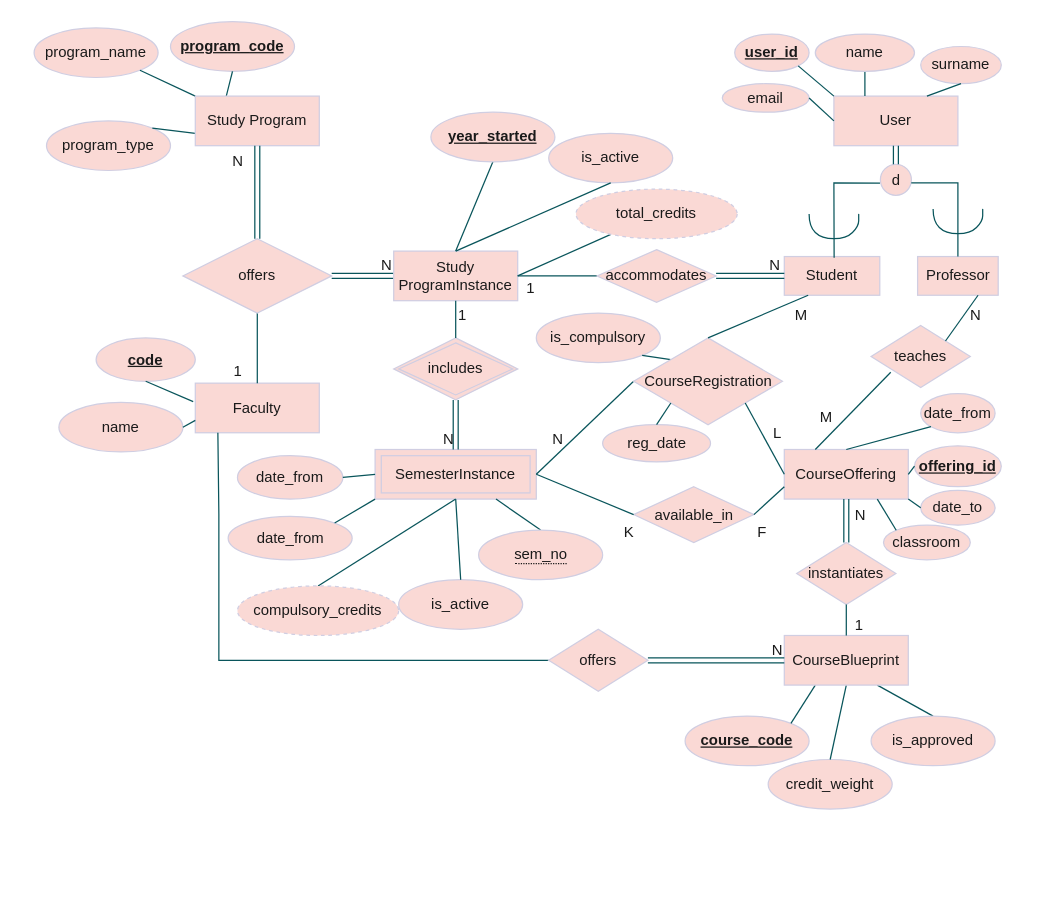
This is DBschema.drawio from dmitru4ok/course-management, a draw.io file, before an edit. Source tidied: cells renumbered, new cells numbered last; positions are measured from the earlier drawing's top-left corner, leaving out a move shared by most shapes. Both pictures are drawn from the tidied source at 124%, with x=0, y=0 at pixel (33, 21).
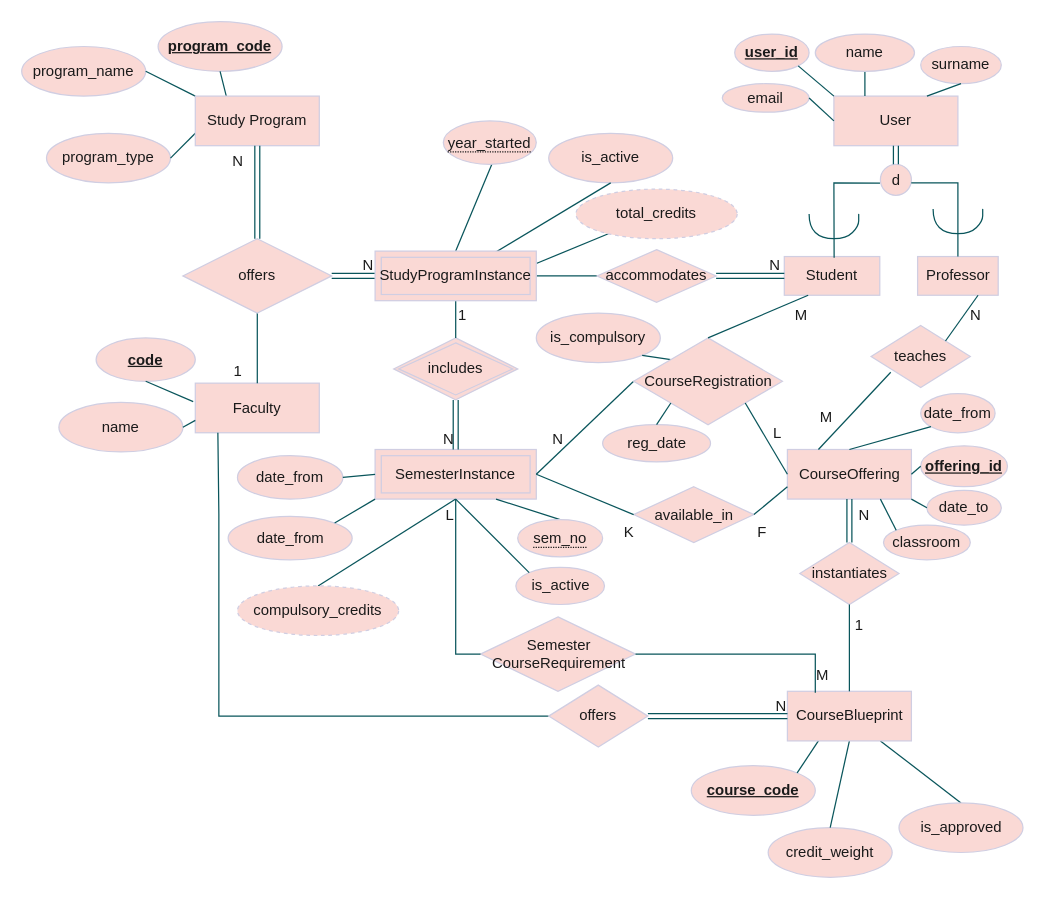
After the change.

Commit message:
Solve Study program coumpulsory courses problem

The change refers to these unchanged cells:
```xml
<mxCell id="2" value="Faculty" style="whiteSpace=wrap;html=1;align=center;labelBackgroundColor=none;fillColor=#FAD9D5;strokeColor=#D0CEE2;fontColor=#1A1A1A;" parent="1" vertex="1">
  <mxGeometry x="130" y="291.5" width="100" height="40" as="geometry" />
</mxCell>
<mxCell id="10" value="offers" style="shape=rhombus;perimeter=rhombusPerimeter;whiteSpace=wrap;html=1;align=center;labelBackgroundColor=none;fillColor=#FAD9D5;strokeColor=#D0CEE2;fontColor=#1A1A1A;" parent="1" vertex="1">
  <mxGeometry x="120" y="175" width="120" height="60" as="geometry" />
</mxCell>
<mxCell id="11" value="SemesterInstance" style="shape=ext;margin=3;double=1;whiteSpace=wrap;html=1;align=center;labelBackgroundColor=none;fillColor=#FAD9D5;strokeColor=#D0CEE2;fontColor=#1A1A1A;" parent="1" vertex="1">
  <mxGeometry x="275" y="345" width="130" height="40" as="geometry" />
</mxCell>
<mxCell id="12" value="includes" style="shape=rhombus;double=1;perimeter=rhombusPerimeter;whiteSpace=wrap;html=1;align=center;labelBackgroundColor=none;fillColor=#FAD9D5;strokeColor=#D0CEE2;fontColor=#1A1A1A;" parent="1" vertex="1">
  <mxGeometry x="290" y="255" width="100" height="50" as="geometry" />
</mxCell>
<mxCell id="30" value="total_credits" style="ellipse;whiteSpace=wrap;html=1;align=center;dashed=1;labelBackgroundColor=none;fillColor=#FAD9D5;strokeColor=#D0CEE2;fontColor=#1A1A1A;" parent="1" vertex="1">
  <mxGeometry x="437" y="135" width="130" height="40" as="geometry" />
</mxCell>
<mxCell id="41" value="accommodates" style="shape=rhombus;perimeter=rhombusPerimeter;whiteSpace=wrap;html=1;align=center;labelBackgroundColor=none;fillColor=#FAD9D5;strokeColor=#D0CEE2;fontColor=#1A1A1A;" parent="1" vertex="1">
  <mxGeometry x="454" y="183.8" width="96" height="42.5" as="geometry" />
</mxCell>
<mxCell id="44" value="is_active" style="ellipse;whiteSpace=wrap;html=1;align=center;labelBackgroundColor=none;fillColor=#FAD9D5;strokeColor=#D0CEE2;fontColor=#1A1A1A;" parent="1" vertex="1">
  <mxGeometry x="415" y="90" width="100" height="40" as="geometry" />
</mxCell>
<mxCell id="109" value="Study Program" style="whiteSpace=wrap;html=1;align=center;labelBackgroundColor=none;fillColor=#FAD9D5;strokeColor=#D0CEE2;fontColor=#1A1A1A;" parent="1" vertex="1">
  <mxGeometry x="130" y="60" width="100" height="40" as="geometry" />
</mxCell>
```

Diff of the diagram source:
```diff
@@
-    <mxCell id="5" style="shape=link;html=1;rounded=0;exitX=1;exitY=0.5;exitDx=0;exitDy=0;entryX=0;entryY=0.5;entryDx=0;entryDy=0;labelBackgroundColor=none;fontColor=default;strokeColor=#09555B;" parent="1" edge="1" source="10" target="9">
+    <mxCell id="5" style="shape=link;html=1;rounded=0;exitX=1;exitY=0.5;exitDx=0;exitDy=0;entryX=0;entryY=0.5;entryDx=0;entryDy=0;labelBackgroundColor=none;fontColor=default;strokeColor=#09555B;" parent="1" edge="1" source="10" target="112">
       <mxGeometry relative="1" as="geometry" />
     </mxCell>
@@
-    <mxCell id="9" value="Study ProgramInstance" style="whiteSpace=wrap;html=1;align=center;labelBackgroundColor=none;fillColor=#FAD9D5;strokeColor=#D0CEE2;fontColor=#1A1A1A;" parent="1" vertex="1">
-      <mxGeometry x="290" y="185" width="100" height="40" as="geometry" />
-    </mxCell>
@@
-    <mxCell id="13" style="endArrow=none;html=1;rounded=0;exitX=0.5;exitY=1;exitDx=0;exitDy=0;entryX=0.5;entryY=0;entryDx=0;entryDy=0;labelBackgroundColor=none;fontColor=default;strokeColor=#09555B;" parent="1" edge="1" source="9" target="12">
+    <mxCell id="13" style="endArrow=none;html=1;rounded=0;exitX=0.5;exitY=1;exitDx=0;exitDy=0;entryX=0.5;entryY=0;entryDx=0;entryDy=0;labelBackgroundColor=none;fontColor=default;strokeColor=#09555B;" parent="1" edge="1" source="112" target="12">
       <mxGeometry relative="1" as="geometry" />
     </mxCell>
@@
     <mxCell id="17" value="CourseOffering" style="whiteSpace=wrap;html=1;align=center;labelBackgroundColor=none;fillColor=#FAD9D5;strokeColor=#D0CEE2;fontColor=#1A1A1A;" parent="1" vertex="1">
-      <mxGeometry x="605" y="345" width="100" height="40" as="geometry" />
+      <mxGeometry x="607.5" y="345" width="100" height="40" as="geometry" />
     </mxCell>
     <mxCell id="18" value="&lt;b&gt;course_code&lt;/b&gt;" style="ellipse;whiteSpace=wrap;html=1;align=center;fontStyle=4;labelBackgroundColor=none;fillColor=#FAD9D5;strokeColor=#D0CEE2;fontColor=#1A1A1A;" parent="1" vertex="1">
-      <mxGeometry x="525" y="560" width="100" height="40" as="geometry" />
+      <mxGeometry x="530" y="600" width="100" height="40" as="geometry" />
     </mxCell>
@@
     <mxCell id="21" value="&lt;span style=&quot;border-bottom-width: 1px; border-bottom-style: dotted; border-bottom-color: currentcolor;&quot;&gt;sem_no&lt;/span&gt;" style="ellipse;whiteSpace=wrap;html=1;align=center;labelBackgroundColor=none;fillColor=#FAD9D5;strokeColor=#D0CEE2;fontColor=#1A1A1A;" parent="1" vertex="1">
-      <mxGeometry x="358.5" y="410" width="100" height="40" as="geometry" />
+      <mxGeometry x="390" y="401.5" width="68.5" height="30" as="geometry" />
     </mxCell>
@@
     <mxCell id="23" value="&lt;b&gt;program_code&lt;/b&gt;" style="ellipse;whiteSpace=wrap;html=1;align=center;fontStyle=4;labelBackgroundColor=none;fillColor=#FAD9D5;strokeColor=#D0CEE2;fontColor=#1A1A1A;" parent="1" vertex="1">
-      <mxGeometry x="110" width="100" height="40" as="geometry" />
+      <mxGeometry x="100" width="100" height="40" as="geometry" />
     </mxCell>
@@
     <mxCell id="26" value="credit_weight" style="ellipse;whiteSpace=wrap;html=1;align=center;labelBackgroundColor=none;fillColor=#FAD9D5;strokeColor=#D0CEE2;fontColor=#1A1A1A;" parent="1" vertex="1">
-      <mxGeometry x="592" y="595" width="100" height="40" as="geometry" />
+      <mxGeometry x="592" y="650" width="100" height="40" as="geometry" />
     </mxCell>
     <mxCell id="27" value="program_name" style="ellipse;whiteSpace=wrap;html=1;align=center;labelBackgroundColor=none;fillColor=#FAD9D5;strokeColor=#D0CEE2;fontColor=#1A1A1A;" parent="1" vertex="1">
-      <mxGeometry y="5" width="100" height="40" as="geometry" />
+      <mxGeometry x="-10" y="20" width="100" height="40" as="geometry" />
     </mxCell>
-    <mxCell id="28" style="endArrow=none;html=1;rounded=0;entryX=1;entryY=1;entryDx=0;entryDy=0;labelBackgroundColor=none;fontColor=default;strokeColor=#09555B;exitX=0;exitY=0;exitDx=0;exitDy=0;" parent="1" edge="1" source="109" target="27">
-      <mxGeometry relative="1" as="geometry" />
+    <mxCell id="28" style="endArrow=none;html=1;rounded=0;entryX=1;entryY=0.5;entryDx=0;entryDy=0;labelBackgroundColor=none;fontColor=default;strokeColor=#09555B;" parent="1" edge="1" target="27">
+      <mxGeometry relative="1" as="geometry">
+        <mxPoint x="130" y="60" as="sourcePoint" />
+      </mxGeometry>
     </mxCell>
-    <mxCell id="29" style="endArrow=none;html=1;rounded=0;entryX=1;entryY=0.5;entryDx=0;entryDy=0;labelBackgroundColor=none;fontColor=default;strokeColor=#09555B;" parent="1" edge="1" source="30" target="9">
+    <mxCell id="29" style="endArrow=none;html=1;rounded=0;entryX=1;entryY=0.25;entryDx=0;entryDy=0;labelBackgroundColor=none;fontColor=default;strokeColor=#09555B;" parent="1" edge="1" source="30" target="112">
       <mxGeometry relative="1" as="geometry" />
     </mxCell>
@@
-    <mxCell id="33" style="endArrow=none;html=1;rounded=0;entryX=0.5;entryY=0;entryDx=0;entryDy=0;exitX=0.5;exitY=1;exitDx=0;exitDy=0;labelBackgroundColor=none;fontColor=default;strokeColor=#09555B;" parent="1" edge="1" source="36" target="9">
-      <mxGeometry relative="1" as="geometry" />
+    <mxCell id="33" style="endArrow=none;html=1;rounded=0;entryX=0.5;entryY=0;entryDx=0;entryDy=0;exitX=0.5;exitY=1;exitDx=0;exitDy=0;labelBackgroundColor=none;fontColor=default;strokeColor=#09555B;" parent="1" edge="1" target="112">
+      <mxGeometry relative="1" as="geometry">
+        <mxPoint x="370" y="113" as="sourcePoint" />
+      </mxGeometry>
     </mxCell>
-    <mxCell id="34" style="endArrow=none;html=1;rounded=0;exitX=1;exitY=0.5;exitDx=0;exitDy=0;entryX=0;entryY=0.5;entryDx=0;entryDy=0;labelBackgroundColor=none;fontColor=default;strokeColor=#09555B;" parent="1" edge="1" source="9" target="41">
+    <mxCell id="34" style="endArrow=none;html=1;rounded=0;exitX=1;exitY=0.5;exitDx=0;exitDy=0;entryX=0;entryY=0.5;entryDx=0;entryDy=0;labelBackgroundColor=none;fontColor=default;strokeColor=#09555B;" parent="1" edge="1" source="112" target="41">
       <mxGeometry relative="1" as="geometry" />
     </mxCell>
@@
-    <mxCell id="36" value="&lt;b&gt;year_started&lt;/b&gt;" style="ellipse;whiteSpace=wrap;html=1;align=center;fontStyle=4;labelBackgroundColor=none;fillColor=#FAD9D5;strokeColor=#D0CEE2;fontColor=#1A1A1A;" parent="1" vertex="1">
-      <mxGeometry x="320" y="73" width="100" height="40" as="geometry" />
-    </mxCell>
     <mxCell id="37" value="is_active" style="ellipse;whiteSpace=wrap;html=1;align=center;labelBackgroundColor=none;fillColor=#FAD9D5;strokeColor=#D0CEE2;fontColor=#1A1A1A;" parent="1" vertex="1">
-      <mxGeometry x="294" y="450" width="100" height="40" as="geometry" />
+      <mxGeometry x="388.5" y="440" width="71.5" height="30" as="geometry" />
     </mxCell>
-    <mxCell id="38" style="endArrow=none;html=1;rounded=0;exitX=0.5;exitY=1;exitDx=0;exitDy=0;entryX=0.5;entryY=0;entryDx=0;entryDy=0;labelBackgroundColor=none;fontColor=default;strokeColor=#09555B;" parent="1" edge="1" source="11" target="37">
+    <mxCell id="38" style="endArrow=none;html=1;rounded=0;exitX=0.5;exitY=1;exitDx=0;exitDy=0;entryX=0;entryY=0;entryDx=0;entryDy=0;labelBackgroundColor=none;fontColor=default;strokeColor=#09555B;" parent="1" edge="1" source="11" target="37">
       <mxGeometry relative="1" as="geometry" />
     </mxCell>
@@
-    <mxCell id="45" style="endArrow=none;html=1;rounded=0;exitX=0.5;exitY=1;exitDx=0;exitDy=0;entryX=0.5;entryY=0;entryDx=0;entryDy=0;labelBackgroundColor=none;fontColor=default;strokeColor=#09555B;" parent="1" edge="1" source="44" target="9">
+    <mxCell id="45" style="endArrow=none;html=1;rounded=0;exitX=0.5;exitY=1;exitDx=0;exitDy=0;entryX=0.716;entryY=0.083;entryDx=0;entryDy=0;labelBackgroundColor=none;fontColor=default;strokeColor=#09555B;entryPerimeter=0;" parent="1" edge="1" source="44" target="112">
       <mxGeometry relative="1" as="geometry" />
     </mxCell>
@@
     <mxCell id="49" value="is_approved" style="ellipse;whiteSpace=wrap;html=1;align=center;labelBackgroundColor=none;fillColor=#FAD9D5;strokeColor=#D0CEE2;fontColor=#1A1A1A;" parent="1" vertex="1">
-      <mxGeometry x="675" y="560" width="100" height="40" as="geometry" />
+      <mxGeometry x="697.5" y="630" width="100" height="40" as="geometry" />
     </mxCell>
@@
     <mxCell id="56" style="endArrow=none;html=1;rounded=0;entryX=0;entryY=0.5;entryDx=0;entryDy=0;labelBackgroundColor=none;fontColor=default;strokeColor=#09555B;exitX=0.182;exitY=0.999;exitDx=0;exitDy=0;exitPerimeter=0;" parent="1" edge="1" source="2" target="58">
       <mxGeometry relative="1" as="geometry">
         <Array as="points">
           <mxPoint x="149" y="397" />
           <mxPoint x="149" y="460" />
           <mxPoint x="149" y="480" />
-          <mxPoint x="149" y="515" />
+          <mxPoint x="149" y="560" />
         </Array>
       </mxGeometry>
     </mxCell>
     <mxCell id="57" value="CourseBlueprint" style="whiteSpace=wrap;html=1;align=center;labelBackgroundColor=none;fillColor=#FAD9D5;strokeColor=#D0CEE2;fontColor=#1A1A1A;" parent="1" vertex="1">
-      <mxGeometry x="605" y="495" width="100" height="40" as="geometry" />
+      <mxGeometry x="607.5" y="540" width="100" height="40" as="geometry" />
     </mxCell>
     <mxCell id="58" value="offers" style="shape=rhombus;perimeter=rhombusPerimeter;whiteSpace=wrap;html=1;align=center;labelBackgroundColor=none;fillColor=#FAD9D5;strokeColor=#D0CEE2;fontColor=#1A1A1A;" parent="1" vertex="1">
-      <mxGeometry x="415" y="490" width="80" height="50" as="geometry" />
+      <mxGeometry x="415" y="535" width="80" height="50" as="geometry" />
     </mxCell>
@@
     <mxCell id="61" value="instantiates" style="shape=rhombus;perimeter=rhombusPerimeter;whiteSpace=wrap;html=1;align=center;labelBackgroundColor=none;fillColor=#FAD9D5;strokeColor=#D0CEE2;fontColor=#1A1A1A;" parent="1" vertex="1">
-      <mxGeometry x="615" y="420" width="80" height="50" as="geometry" />
+      <mxGeometry x="617.5" y="420" width="80" height="50" as="geometry" />
     </mxCell>
@@
     <mxCell id="72" value="date_to" style="ellipse;whiteSpace=wrap;html=1;align=center;labelBackgroundColor=none;fillColor=#FAD9D5;strokeColor=#D0CEE2;fontColor=#1A1A1A;" parent="1" vertex="1">
-      <mxGeometry x="715" y="378" width="60" height="28" as="geometry" />
+      <mxGeometry x="720" y="378" width="60" height="28" as="geometry" />
     </mxCell>
@@
     <mxCell id="77" value="&lt;b&gt;offering_id&lt;/b&gt;" style="ellipse;whiteSpace=wrap;html=1;align=center;fontStyle=4;labelBackgroundColor=none;fillColor=#FAD9D5;strokeColor=#D0CEE2;fontColor=#1A1A1A;" parent="1" vertex="1">
-      <mxGeometry x="710" y="342" width="70" height="33" as="geometry" />
+      <mxGeometry x="715" y="342" width="70" height="33" as="geometry" />
     </mxCell>
@@
     <mxCell id="92" value="program_type" style="ellipse;whiteSpace=wrap;html=1;align=center;labelBackgroundColor=none;fillColor=#FAD9D5;strokeColor=#D0CEE2;fontColor=#1A1A1A;" parent="1" vertex="1">
-      <mxGeometry x="10" y="80" width="100" height="40" as="geometry" />
+      <mxGeometry x="10" y="90" width="100" height="40" as="geometry" />
     </mxCell>
-    <mxCell id="93" style="endArrow=none;html=1;rounded=0;exitX=1;exitY=0;exitDx=0;exitDy=0;entryX=0;entryY=0.75;entryDx=0;entryDy=0;labelBackgroundColor=none;fontColor=default;strokeColor=#09555B;" parent="1" edge="1" source="92" target="109">
+    <mxCell id="93" style="endArrow=none;html=1;rounded=0;exitX=1;exitY=0.5;exitDx=0;exitDy=0;entryX=0;entryY=0.75;entryDx=0;entryDy=0;labelBackgroundColor=none;fontColor=default;strokeColor=#09555B;" parent="1" edge="1" source="92" target="109">
       <mxGeometry relative="1" as="geometry" />
     </mxCell>
@@
+    <mxCell id="112" value="StudyProgramInstance" style="shape=ext;margin=3;double=1;whiteSpace=wrap;html=1;align=center;labelBackgroundColor=none;fillColor=#FAD9D5;strokeColor=#D0CEE2;fontColor=#1A1A1A;" parent="1" vertex="1">
+      <mxGeometry x="275" y="185" width="130" height="40" as="geometry" />
+    </mxCell>
+    <mxCell id="36" value="&lt;span style=&quot;border-bottom: 1px dotted currentcolor;&quot;&gt;year_started&lt;/span&gt;" style="ellipse;whiteSpace=wrap;html=1;align=center;labelBackgroundColor=none;fillColor=#FAD9D5;strokeColor=#D0CEE2;fontColor=#1A1A1A;" parent="1" vertex="1">
+      <mxGeometry x="330" y="80" width="75" height="35" as="geometry" />
+    </mxCell>
+    <mxCell id="113" value="Semester&lt;br&gt;CourseRequirement" style="shape=rhombus;perimeter=rhombusPerimeter;html=1;align=center;labelBackgroundColor=none;fillColor=#FAD9D5;strokeColor=#D0CEE2;fontColor=#1A1A1A;fontSize=12;verticalAlign=middle;labelBorderColor=none;textShadow=0;" parent="1" vertex="1">
+      <mxGeometry x="360" y="480" width="125" height="60" as="geometry" />
+    </mxCell>
+    <mxCell id="114" style="endArrow=none;html=1;rounded=0;exitX=0.5;exitY=1;exitDx=0;exitDy=0;labelBackgroundColor=none;fontColor=default;strokeColor=#09555B;entryX=0;entryY=0.5;entryDx=0;entryDy=0;" parent="1" edge="1" source="11" target="113">
+      <mxGeometry relative="1" as="geometry">
+        <Array as="points">
+          <mxPoint x="340" y="510" />
+        </Array>
+      </mxGeometry>
+    </mxCell>
+    <mxCell id="115" style="endArrow=none;html=1;rounded=0;labelBackgroundColor=none;fontColor=default;strokeColor=#09555B;entryX=1;entryY=0.5;entryDx=0;entryDy=0;exitX=0.225;exitY=0.028;exitDx=0;exitDy=0;exitPerimeter=0;" parent="1" edge="1" source="57" target="113">
+      <mxGeometry relative="1" as="geometry">
+        <Array as="points">
+          <mxPoint x="630" y="510" />
+        </Array>
+      </mxGeometry>
+    </mxCell>
+    <mxCell id="116" value="M" style="html=1;whiteSpace=wrap;align=right;verticalAlign=bottom;labelBackgroundColor=none;fillColor=#FAD9D5;strokeColor=#D0CEE2;fontColor=#1A1A1A;" parent="1" vertex="1">
+      <mxGeometry x="642" y="535" as="geometry" />
+    </mxCell>
+    <mxCell id="117" value="L" style="html=1;whiteSpace=wrap;align=right;verticalAlign=bottom;labelBackgroundColor=none;fillColor=#FAD9D5;strokeColor=#D0CEE2;fontColor=#1A1A1A;" parent="1" vertex="1">
+      <mxGeometry x="340" y="406" as="geometry" />
+    </mxCell>
```
